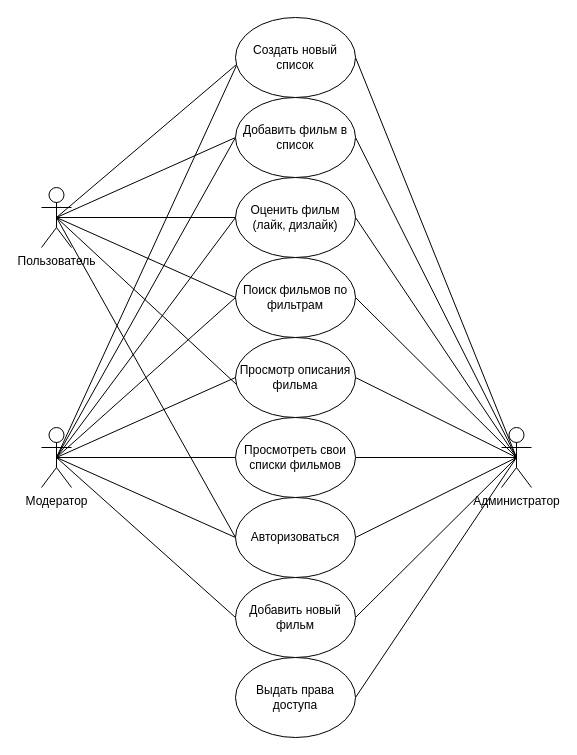
The draw.io diagram docs/img/use_case.drawio in SerafimKuzmin/sd, before the edit. Source tidied: cells renumbered, new cells numbered last; positions are measured from the earlier drawing's top-left corner, leaving out a move shared by most shapes. Both pictures are drawn from the tidied source at 100%, with x=0, y=0 at pixel (41, 17).
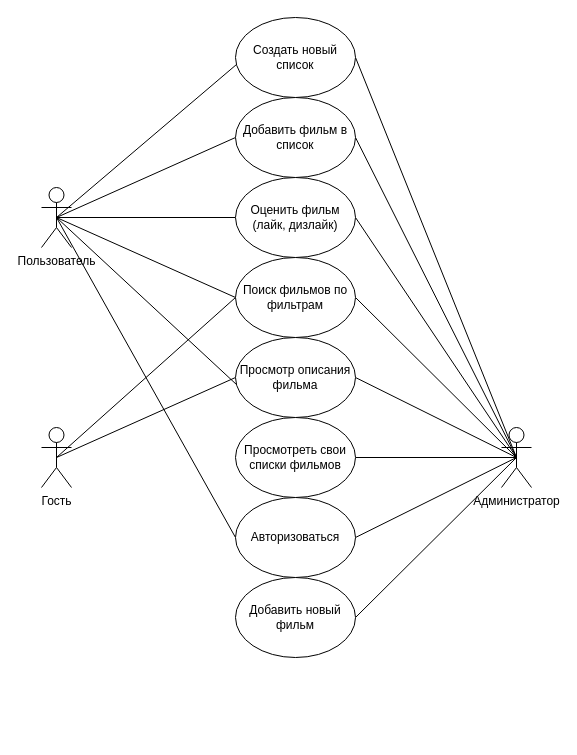
Above is the later version.

Unchanged cells that the change refers to:
```xml
<mxCell id="27" value="Администратор" style="shape=umlActor;verticalLabelPosition=bottom;verticalAlign=top;html=1;outlineConnect=0;" parent="1" vertex="1">
  <mxGeometry x="460" y="410" width="30" height="60" as="geometry" />
</mxCell>
<mxCell id="28" value="Добавить новый фильм" style="ellipse;whiteSpace=wrap;html=1;" parent="1" vertex="1">
  <mxGeometry x="194" y="560" width="120" height="80" as="geometry" />
</mxCell>
<mxCell id="29" value="Создать новый список" style="ellipse;whiteSpace=wrap;html=1;" parent="1" vertex="1">
  <mxGeometry x="194" width="120" height="80" as="geometry" />
</mxCell>
<mxCell id="30" value="Добавить фильм в список" style="ellipse;whiteSpace=wrap;html=1;" parent="1" vertex="1">
  <mxGeometry x="194" y="80" width="120" height="80" as="geometry" />
</mxCell>
<mxCell id="31" value="&lt;div&gt;Оценить фильм&lt;/div&gt;&lt;div&gt;(лайк, дизлайк)&lt;br&gt;&lt;/div&gt;" style="ellipse;whiteSpace=wrap;html=1;" parent="1" vertex="1">
  <mxGeometry x="194" y="160" width="120" height="80" as="geometry" />
</mxCell>
<mxCell id="35" value="Авторизоваться" style="ellipse;whiteSpace=wrap;html=1;" parent="1" vertex="1">
  <mxGeometry x="194" y="480" width="120" height="80" as="geometry" />
</mxCell>
<mxCell id="36" value="Просмотреть свои списки фильмов" style="ellipse;whiteSpace=wrap;html=1;" parent="1" vertex="1">
  <mxGeometry x="194" y="400" width="120" height="80" as="geometry" />
</mxCell>
```

Diff of the diagram source:
```diff
@@
-    <mxCell id="9" style="rounded=0;jettySize=auto;html=1;exitX=0.5;exitY=0.5;exitDx=0;exitDy=0;exitPerimeter=0;entryX=0.008;entryY=0.6;entryDx=0;entryDy=0;entryPerimeter=0;endArrow=none;endFill=0;" parent="1" edge="1" source="17" target="29">
-      <mxGeometry relative="1" as="geometry" />
-    </mxCell>
-    <mxCell id="10" style="rounded=0;jettySize=auto;html=1;exitX=0.5;exitY=0.5;exitDx=0;exitDy=0;exitPerimeter=0;entryX=0;entryY=0.5;entryDx=0;entryDy=0;endArrow=none;endFill=0;" parent="1" edge="1" source="17" target="30">
-      <mxGeometry relative="1" as="geometry" />
-    </mxCell>
-    <mxCell id="11" style="rounded=0;jettySize=auto;html=1;exitX=0.5;exitY=0.5;exitDx=0;exitDy=0;exitPerimeter=0;entryX=0;entryY=0.5;entryDx=0;entryDy=0;endArrow=none;endFill=0;" parent="1" edge="1" source="17" target="31">
-      <mxGeometry relative="1" as="geometry" />
-    </mxCell>
@@
-    <mxCell id="13" style="rounded=0;jettySize=auto;html=1;exitX=0.5;exitY=0.5;exitDx=0;exitDy=0;exitPerimeter=0;entryX=0;entryY=0.5;entryDx=0;entryDy=0;endArrow=none;endFill=0;" parent="1" edge="1" source="17" target="28">
-      <mxGeometry relative="1" as="geometry" />
-    </mxCell>
-    <mxCell id="14" style="rounded=0;jettySize=auto;html=1;exitX=0.5;exitY=0.5;exitDx=0;exitDy=0;exitPerimeter=0;entryX=0;entryY=0.5;entryDx=0;entryDy=0;endArrow=none;endFill=0;" parent="1" edge="1" source="17" target="36">
-      <mxGeometry relative="1" as="geometry" />
-    </mxCell>
-    <mxCell id="15" style="rounded=0;jettySize=auto;html=1;exitX=0.5;exitY=0.5;exitDx=0;exitDy=0;exitPerimeter=0;entryX=0;entryY=0.5;entryDx=0;entryDy=0;endArrow=none;endFill=0;" parent="1" edge="1" source="17" target="35">
-      <mxGeometry relative="1" as="geometry" />
-    </mxCell>
@@
-    <mxCell id="17" value="Модератор" style="shape=umlActor;verticalLabelPosition=bottom;verticalAlign=top;html=1;outlineConnect=0;" parent="1" vertex="1">
+    <mxCell id="17" value="Гость" style="shape=umlActor;verticalLabelPosition=bottom;verticalAlign=top;html=1;outlineConnect=0;" parent="1" vertex="1">
       <mxGeometry y="410" width="30" height="60" as="geometry" />
     </mxCell>
@@
-    <mxCell id="19" style="rounded=0;jettySize=auto;html=1;exitX=0.5;exitY=0.5;exitDx=0;exitDy=0;exitPerimeter=0;entryX=1;entryY=0.5;entryDx=0;entryDy=0;endArrow=none;endFill=0;" parent="1" edge="1" source="27" target="34">
-      <mxGeometry relative="1" as="geometry" />
-    </mxCell>
@@
-    <mxCell id="34" value="Выдать права доступа" style="ellipse;whiteSpace=wrap;html=1;" parent="1" vertex="1">
-      <mxGeometry x="194" y="640" width="120" height="80" as="geometry" />
-    </mxCell>
```
